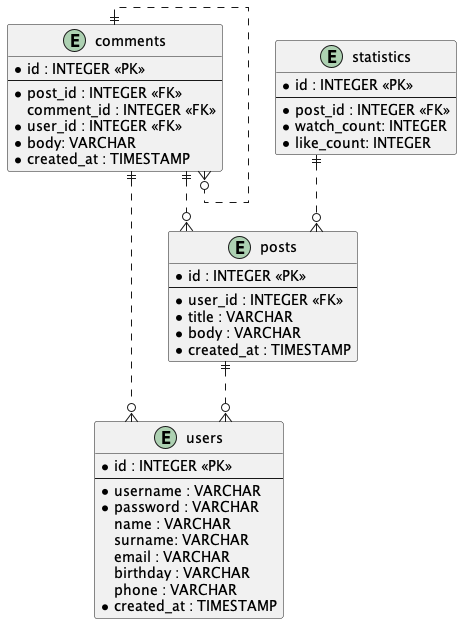
Before: doc/er-diagram/er-diagram.png, a diagram exported from PlantUML (randnull/service-oriented-designs-Kirill-Goryunov).
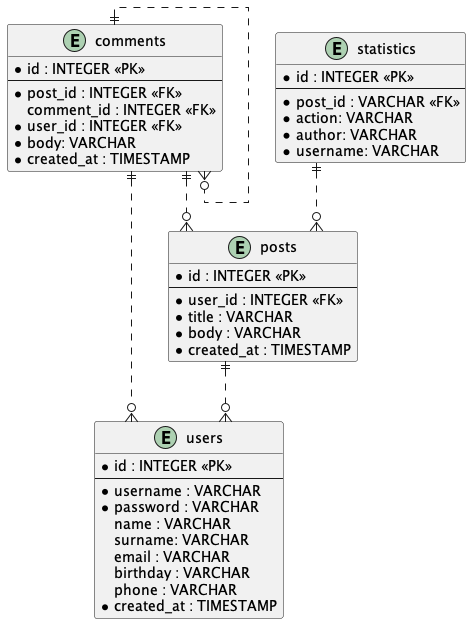
Later version of the same file.

Commit message:
FIX: unique like/view

The edit, as a diff of the source:
```diff
@@ -37,9 +37,10 @@
 entity "statistics" as statistic_table {
   *id : INTEGER <<PK>>
   --
-  *post_id : INTEGER <<FK>>
-  *watch_count: INTEGER
-  *like_count: INTEGER
+  *post_id : VARCHAR <<FK>>
+  *action: VARCHAR
+  *author: VARCHAR
+  *username: VARCHAR
 }
 
 post_table ||..o{ user_table
```
